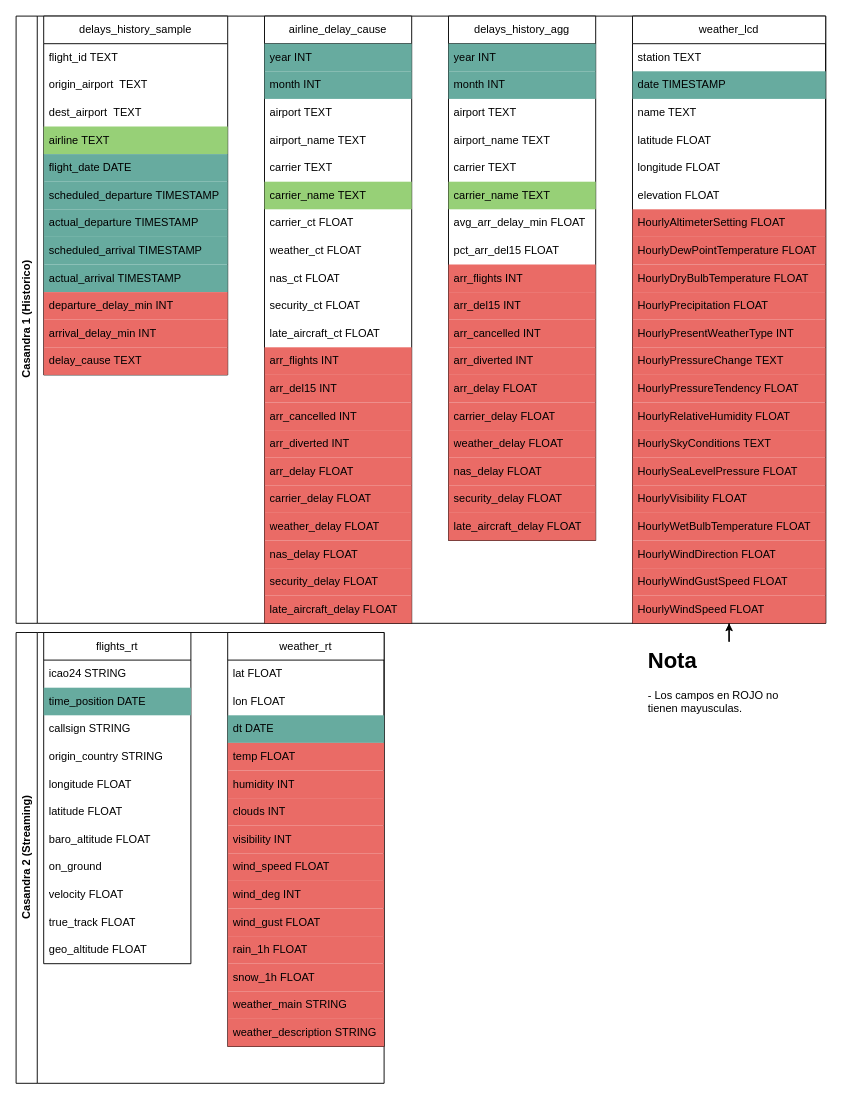
This is docs/ProyectoAHI_Esquema_BD.drawio from magnitopic/big-data-pipeline, a draw.io file, before an edit. Source tidied: cells renumbered, new cells numbered last; positions are measured from the earlier drawing's top-left corner, leaving out a move shared by most shapes. Both pictures are drawn from the tidied source at 92%, with x=0, y=0 at pixel (16, 16).
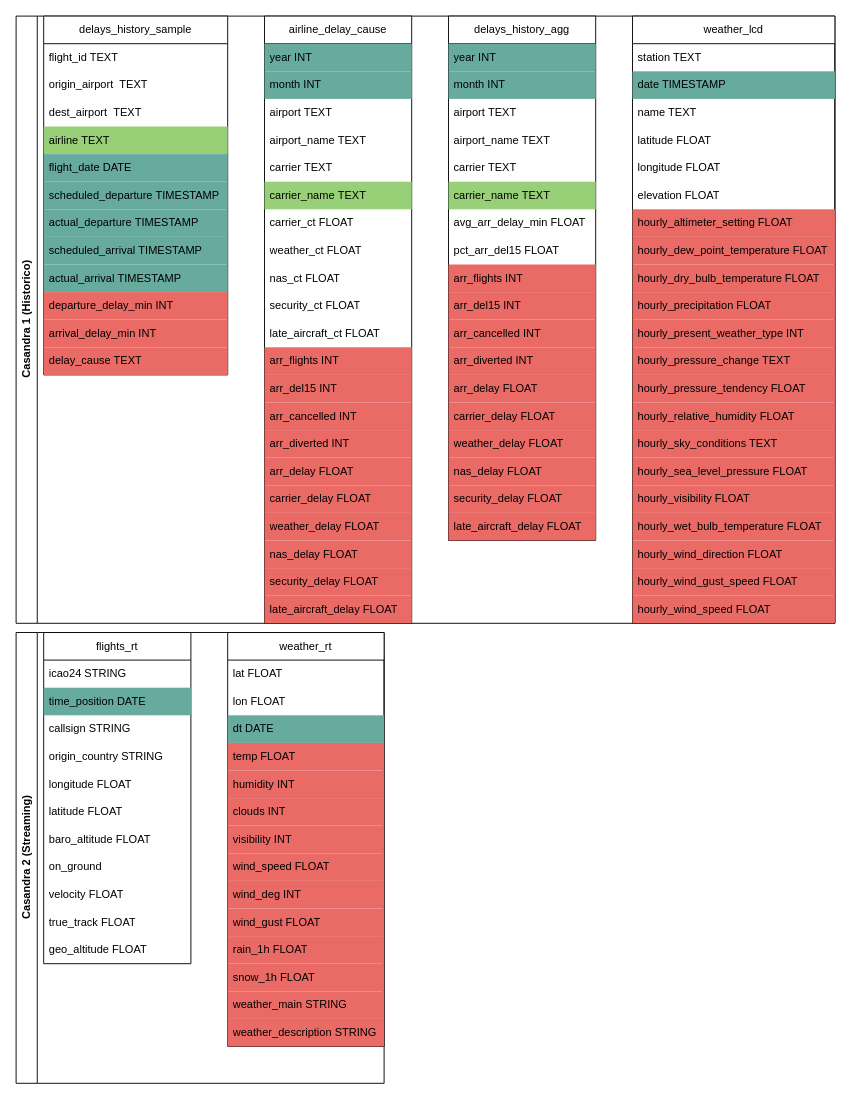
Above is the later version.

Commit message (it also covers changes not shown here):
Act.0.15: Actualizo documentos

Change to the diagram source:
```diff
@@
     <mxCell id="2" value="Casandra 1 (Historico)" style="swimlane;horizontal=0;whiteSpace=wrap;html=1;" parent="1" vertex="1">
-      <mxGeometry width="880" height="660" as="geometry" />
+      <mxGeometry width="890" height="660" as="geometry" />
     </mxCell>
@@
     <mxCell id="57" value="weather_lcd" style="swimlane;fontStyle=0;horizontal=1;startSize=30;whiteSpace=wrap;html=1;" parent="2" vertex="1">
-      <mxGeometry x="670" width="210" height="660" as="geometry" />
+      <mxGeometry x="670" width="220" height="660" as="geometry" />
     </mxCell>
     <mxCell id="58" value="station TEXT" style="text;strokeColor=none;fillColor=none;align=left;verticalAlign=middle;spacingLeft=4;spacingRight=4;overflow=hidden;whiteSpace=wrap;html=1;" parent="57" vertex="1">
-      <mxGeometry y="30" width="210" height="30" as="geometry" />
+      <mxGeometry y="30" width="220" height="30" as="geometry" />
     </mxCell>
     <mxCell id="59" value="date TIMESTAMP" style="text;strokeColor=none;fillColor=#67AB9F;align=left;verticalAlign=middle;spacingLeft=4;spacingRight=4;overflow=hidden;whiteSpace=wrap;html=1;" parent="57" vertex="1">
-      <mxGeometry y="60" width="210" height="30" as="geometry" />
+      <mxGeometry y="60" width="220" height="30" as="geometry" />
     </mxCell>
     <mxCell id="60" value="name TEXT" style="text;strokeColor=none;fillColor=none;align=left;verticalAlign=middle;spacingLeft=4;spacingRight=4;overflow=hidden;whiteSpace=wrap;html=1;" parent="57" vertex="1">
-      <mxGeometry y="90" width="210" height="30" as="geometry" />
+      <mxGeometry y="90" width="220" height="30" as="geometry" />
     </mxCell>
     <mxCell id="61" value="latitude&amp;nbsp;FLOAT" style="text;strokeColor=none;fillColor=none;align=left;verticalAlign=middle;spacingLeft=4;spacingRight=4;overflow=hidden;whiteSpace=wrap;html=1;" parent="57" vertex="1">
-      <mxGeometry y="120" width="210" height="30" as="geometry" />
+      <mxGeometry y="120" width="220" height="30" as="geometry" />
     </mxCell>
     <mxCell id="62" value="longitude&amp;nbsp;FLOAT" style="text;strokeColor=none;fillColor=none;align=left;verticalAlign=middle;spacingLeft=4;spacingRight=4;overflow=hidden;whiteSpace=wrap;html=1;" parent="57" vertex="1">
-      <mxGeometry y="150" width="210" height="30" as="geometry" />
+      <mxGeometry y="150" width="220" height="30" as="geometry" />
     </mxCell>
     <mxCell id="63" value="elevation&amp;nbsp;FLOAT" style="text;strokeColor=none;fillColor=none;align=left;verticalAlign=middle;spacingLeft=4;spacingRight=4;overflow=hidden;whiteSpace=wrap;html=1;" parent="57" vertex="1">
-      <mxGeometry y="180" width="210" height="30" as="geometry" />
+      <mxGeometry y="180" width="220" height="30" as="geometry" />
     </mxCell>
-    <mxCell id="64" value="HourlyAltimeterSetting&amp;nbsp;FLOAT" style="text;strokeColor=none;fillColor=#EA6B66;align=left;verticalAlign=middle;spacingLeft=4;spacingRight=4;overflow=hidden;whiteSpace=wrap;html=1;" parent="57" vertex="1">
-      <mxGeometry y="210" width="210" height="30" as="geometry" />
+    <mxCell id="64" value="hourly_altimeter_setting FLOAT" style="text;strokeColor=none;fillColor=#EA6B66;align=left;verticalAlign=middle;spacingLeft=4;spacingRight=4;overflow=hidden;whiteSpace=wrap;html=1;" parent="57" vertex="1">
+      <mxGeometry y="210" width="220" height="30" as="geometry" />
     </mxCell>
-    <mxCell id="65" value="HourlyDewPointTemperature&amp;nbsp;FLOAT" style="text;strokeColor=none;fillColor=#EA6B66;align=left;verticalAlign=middle;spacingLeft=4;spacingRight=4;overflow=hidden;whiteSpace=wrap;html=1;" parent="57" vertex="1">
-      <mxGeometry y="240" width="210" height="30" as="geometry" />
+    <mxCell id="65" value="hourly_dew_point_temperature&amp;nbsp;FLOAT" style="text;strokeColor=none;fillColor=#EA6B66;align=left;verticalAlign=middle;spacingLeft=4;spacingRight=4;overflow=hidden;whiteSpace=wrap;html=1;" parent="57" vertex="1">
+      <mxGeometry y="240" width="220" height="30" as="geometry" />
     </mxCell>
-    <mxCell id="66" value="HourlyDryBulbTemperature&amp;nbsp;FLOAT" style="text;strokeColor=none;fillColor=#EA6B66;align=left;verticalAlign=middle;spacingLeft=4;spacingRight=4;overflow=hidden;whiteSpace=wrap;html=1;" parent="57" vertex="1">
-      <mxGeometry y="270" width="210" height="30" as="geometry" />
+    <mxCell id="66" value="hourly_dry_bulb_temperature FLOAT" style="text;strokeColor=none;fillColor=#EA6B66;align=left;verticalAlign=middle;spacingLeft=4;spacingRight=4;overflow=hidden;whiteSpace=wrap;html=1;" parent="57" vertex="1">
+      <mxGeometry y="270" width="220" height="30" as="geometry" />
     </mxCell>
-    <mxCell id="67" value="HourlyPrecipitation&amp;nbsp;FLOAT" style="text;strokeColor=none;fillColor=#EA6B66;align=left;verticalAlign=middle;spacingLeft=4;spacingRight=4;overflow=hidden;whiteSpace=wrap;html=1;" parent="57" vertex="1">
-      <mxGeometry y="300" width="210" height="30" as="geometry" />
+    <mxCell id="67" value="hourly_precipitation FLOAT" style="text;strokeColor=none;fillColor=#EA6B66;align=left;verticalAlign=middle;spacingLeft=4;spacingRight=4;overflow=hidden;whiteSpace=wrap;html=1;" parent="57" vertex="1">
+      <mxGeometry y="300" width="220" height="30" as="geometry" />
     </mxCell>
-    <mxCell id="68" value="HourlyPresentWeatherType INT" style="text;strokeColor=none;fillColor=#EA6B66;align=left;verticalAlign=middle;spacingLeft=4;spacingRight=4;overflow=hidden;whiteSpace=wrap;html=1;" parent="57" vertex="1">
-      <mxGeometry y="330" width="210" height="30" as="geometry" />
+    <mxCell id="68" value="hourly_present_weather_type INT" style="text;strokeColor=none;fillColor=#EA6B66;align=left;verticalAlign=middle;spacingLeft=4;spacingRight=4;overflow=hidden;whiteSpace=wrap;html=1;" parent="57" vertex="1">
+      <mxGeometry y="330" width="220" height="30" as="geometry" />
     </mxCell>
-    <mxCell id="69" value="HourlyPressureChange TEXT" style="text;strokeColor=none;fillColor=#EA6B66;align=left;verticalAlign=middle;spacingLeft=4;spacingRight=4;overflow=hidden;whiteSpace=wrap;html=1;" parent="57" vertex="1">
-      <mxGeometry y="360" width="210" height="30" as="geometry" />
+    <mxCell id="69" value="hourly_pressure_change TEXT" style="text;strokeColor=none;fillColor=#EA6B66;align=left;verticalAlign=middle;spacingLeft=4;spacingRight=4;overflow=hidden;whiteSpace=wrap;html=1;" parent="57" vertex="1">
+      <mxGeometry y="360" width="220" height="30" as="geometry" />
     </mxCell>
-    <mxCell id="70" value="HourlyPressureTendency&amp;nbsp;FLOAT" style="text;strokeColor=none;fillColor=#EA6B66;align=left;verticalAlign=middle;spacingLeft=4;spacingRight=4;overflow=hidden;whiteSpace=wrap;html=1;" parent="57" vertex="1">
-      <mxGeometry y="390" width="210" height="30" as="geometry" />
+    <mxCell id="70" value="hourly_pressure_tendency FLOAT" style="text;strokeColor=none;fillColor=#EA6B66;align=left;verticalAlign=middle;spacingLeft=4;spacingRight=4;overflow=hidden;whiteSpace=wrap;html=1;" parent="57" vertex="1">
+      <mxGeometry y="390" width="220" height="30" as="geometry" />
     </mxCell>
-    <mxCell id="71" value="HourlyRelativeHumidity&amp;nbsp;FLOAT" style="text;strokeColor=none;fillColor=#EA6B66;align=left;verticalAlign=middle;spacingLeft=4;spacingRight=4;overflow=hidden;whiteSpace=wrap;html=1;" parent="57" vertex="1">
-      <mxGeometry y="420" width="210" height="30" as="geometry" />
+    <mxCell id="71" value="hourly_relative_humidity FLOAT" style="text;strokeColor=none;fillColor=#EA6B66;align=left;verticalAlign=middle;spacingLeft=4;spacingRight=4;overflow=hidden;whiteSpace=wrap;html=1;" parent="57" vertex="1">
+      <mxGeometry y="420" width="220" height="30" as="geometry" />
     </mxCell>
-    <mxCell id="72" value="HourlySkyConditions TEXT" style="text;strokeColor=none;fillColor=#EA6B66;align=left;verticalAlign=middle;spacingLeft=4;spacingRight=4;overflow=hidden;whiteSpace=wrap;html=1;" parent="57" vertex="1">
-      <mxGeometry y="450" width="210" height="30" as="geometry" />
+    <mxCell id="72" value="hourly_sky_conditions TEXT" style="text;strokeColor=none;fillColor=#EA6B66;align=left;verticalAlign=middle;spacingLeft=4;spacingRight=4;overflow=hidden;whiteSpace=wrap;html=1;" parent="57" vertex="1">
+      <mxGeometry y="450" width="220" height="30" as="geometry" />
     </mxCell>
-    <mxCell id="73" value="HourlySeaLevelPressure&amp;nbsp;FLOAT" style="text;strokeColor=none;fillColor=#EA6B66;align=left;verticalAlign=middle;spacingLeft=4;spacingRight=4;overflow=hidden;whiteSpace=wrap;html=1;" parent="57" vertex="1">
-      <mxGeometry y="480" width="210" height="30" as="geometry" />
+    <mxCell id="73" value="hourly_sea_level_pressure FLOAT" style="text;strokeColor=none;fillColor=#EA6B66;align=left;verticalAlign=middle;spacingLeft=4;spacingRight=4;overflow=hidden;whiteSpace=wrap;html=1;" parent="57" vertex="1">
+      <mxGeometry y="480" width="220" height="30" as="geometry" />
     </mxCell>
-    <mxCell id="74" value="HourlyVisibility&amp;nbsp;FLOAT" style="text;strokeColor=none;fillColor=#EA6B66;align=left;verticalAlign=middle;spacingLeft=4;spacingRight=4;overflow=hidden;whiteSpace=wrap;html=1;" parent="57" vertex="1">
-      <mxGeometry y="510" width="210" height="30" as="geometry" />
+    <mxCell id="74" value="hourly_visibility FLOAT" style="text;strokeColor=none;fillColor=#EA6B66;align=left;verticalAlign=middle;spacingLeft=4;spacingRight=4;overflow=hidden;whiteSpace=wrap;html=1;" parent="57" vertex="1">
+      <mxGeometry y="510" width="220" height="30" as="geometry" />
     </mxCell>
-    <mxCell id="75" value="HourlyWetBulbTemperature&amp;nbsp;FLOAT" style="text;strokeColor=none;fillColor=#EA6B66;align=left;verticalAlign=middle;spacingLeft=4;spacingRight=4;overflow=hidden;whiteSpace=wrap;html=1;" parent="57" vertex="1">
-      <mxGeometry y="540" width="210" height="30" as="geometry" />
+    <mxCell id="75" value="hourly_wet_bulb_temperature FLOAT" style="text;strokeColor=none;fillColor=#EA6B66;align=left;verticalAlign=middle;spacingLeft=4;spacingRight=4;overflow=hidden;whiteSpace=wrap;html=1;" parent="57" vertex="1">
+      <mxGeometry y="540" width="220" height="30" as="geometry" />
     </mxCell>
-    <mxCell id="76" value="HourlyWindDirection&amp;nbsp;FLOAT" style="text;strokeColor=none;fillColor=#EA6B66;align=left;verticalAlign=middle;spacingLeft=4;spacingRight=4;overflow=hidden;whiteSpace=wrap;html=1;" parent="57" vertex="1">
-      <mxGeometry y="570" width="210" height="30" as="geometry" />
+    <mxCell id="76" value="hourly_wind_direction FLOAT" style="text;strokeColor=none;fillColor=#EA6B66;align=left;verticalAlign=middle;spacingLeft=4;spacingRight=4;overflow=hidden;whiteSpace=wrap;html=1;" parent="57" vertex="1">
+      <mxGeometry y="570" width="220" height="30" as="geometry" />
     </mxCell>
-    <mxCell id="77" value="HourlyWindGustSpeed&amp;nbsp;FLOAT" style="text;strokeColor=none;fillColor=#EA6B66;align=left;verticalAlign=middle;spacingLeft=4;spacingRight=4;overflow=hidden;whiteSpace=wrap;html=1;" parent="57" vertex="1">
-      <mxGeometry y="600" width="210" height="30" as="geometry" />
+    <mxCell id="77" value="hourly_wind_gust_speed FLOAT" style="text;strokeColor=none;fillColor=#EA6B66;align=left;verticalAlign=middle;spacingLeft=4;spacingRight=4;overflow=hidden;whiteSpace=wrap;html=1;" parent="57" vertex="1">
+      <mxGeometry y="600" width="220" height="30" as="geometry" />
     </mxCell>
-    <mxCell id="78" value="HourlyWindSpeed&amp;nbsp;FLOAT" style="text;strokeColor=none;fillColor=#EA6B66;align=left;verticalAlign=middle;spacingLeft=4;spacingRight=4;overflow=hidden;whiteSpace=wrap;html=1;" parent="57" vertex="1">
-      <mxGeometry y="630" width="210" height="30" as="geometry" />
+    <mxCell id="78" value="hourly_wind_speed FLOAT" style="text;strokeColor=none;fillColor=#EA6B66;align=left;verticalAlign=middle;spacingLeft=4;spacingRight=4;overflow=hidden;whiteSpace=wrap;html=1;" parent="57" vertex="1">
+      <mxGeometry y="630" width="220" height="30" as="geometry" />
     </mxCell>
@@
-    <mxCell id="107" style="edgeStyle=orthogonalEdgeStyle;rounded=0;jettySize=auto;html=1;" parent="1" edge="1" source="108" target="57">
-      <mxGeometry relative="1" as="geometry" />
-    </mxCell>
-    <mxCell id="108" value="&lt;h1 style=&quot;margin-top: 0px;&quot;&gt;Nota&lt;/h1&gt;&lt;div&gt;- Los campos en ROJO no tienen mayusculas.&lt;/div&gt;" style="text;html=1;whiteSpace=wrap;overflow=hidden;rounded=0;" parent="1" vertex="1">
-      <mxGeometry x="685" y="680" width="180" height="80" as="geometry" />
-    </mxCell>
```
